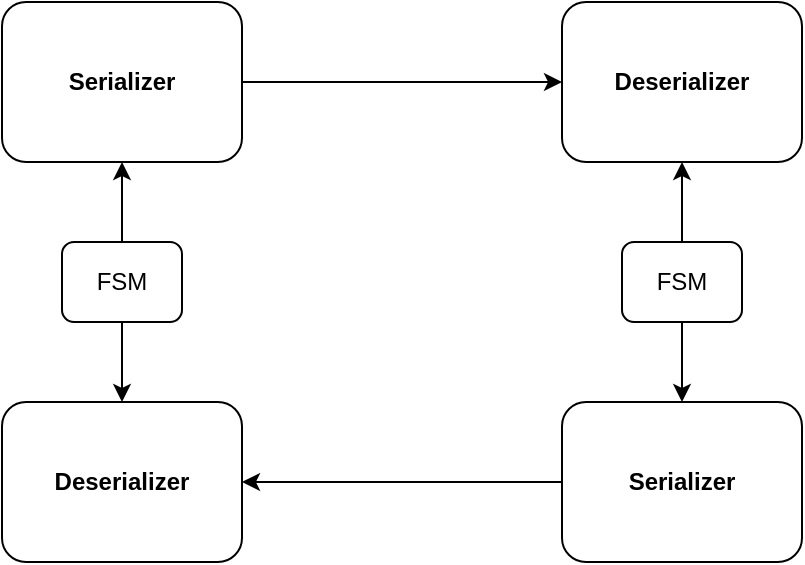
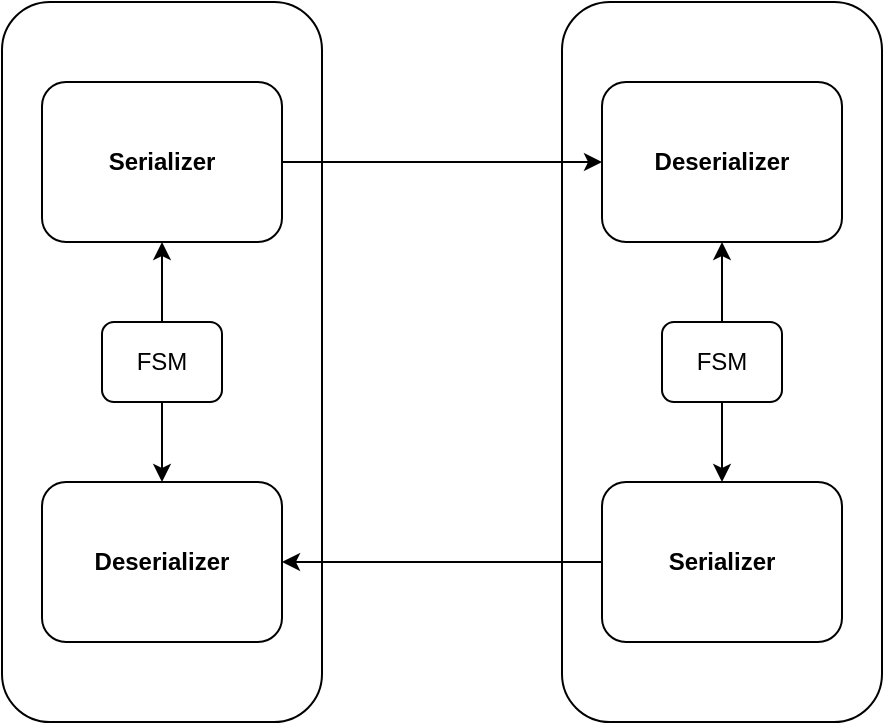
<mxfile host="app.diagrams.net">
  <diagram name="Page-1" id="W4ALeMc_fcv-iuW4_5jM">
-     <mxGraphModel dx="637" dy="921" grid="1" gridSize="10" guides="1" tooltips="1" connect="1" arrows="1" fold="1" page="1" pageScale="1" pageWidth="850" pageHeight="1100" math="0" shadow="0">
+     <mxGraphModel dx="527" dy="762" grid="1" gridSize="10" guides="1" tooltips="1" connect="1" arrows="1" fold="1" page="1" pageScale="1" pageWidth="850" pageHeight="1100" math="0" shadow="0">
      <root>
        <mxCell id="0" />
        <mxCell id="1" parent="0" />
+         <mxCell id="13rOEOkUA4Yrk083lLE4-12" parent="1" style="rounded=1;whiteSpace=wrap;html=1;" value="" vertex="1">
+           <mxGeometry height="360" width="160" x="460" y="160" as="geometry" />
+         </mxCell>
+         <mxCell id="13rOEOkUA4Yrk083lLE4-11" parent="1" style="rounded=1;whiteSpace=wrap;html=1;" value="" vertex="1">
+           <mxGeometry height="360" width="160" x="180" y="160" as="geometry" />
+         </mxCell>
        <mxCell id="13rOEOkUA4Yrk083lLE4-9" edge="1" parent="1" source="D67Tu_U39foHL8RCta2M-1" style="edgeStyle=orthogonalEdgeStyle;rounded=0;orthogonalLoop=1;jettySize=auto;html=1;exitX=1;exitY=0.5;exitDx=0;exitDy=0;entryX=0;entryY=0.5;entryDx=0;entryDy=0;" target="13rOEOkUA4Yrk083lLE4-4">
          <mxGeometry relative="1" as="geometry" />
        </mxCell>
        <mxCell id="D67Tu_U39foHL8RCta2M-1" parent="1" style="rounded=1;whiteSpace=wrap;html=1;fontStyle=1" value="Serializer" vertex="1">
          <mxGeometry height="80" width="120" x="200" y="200" as="geometry" />
        </mxCell>
        <mxCell id="D67Tu_U39foHL8RCta2M-2" parent="1" style="rounded=1;whiteSpace=wrap;html=1;fontStyle=1" value="Deserializer" vertex="1">
          <mxGeometry height="80" width="120" x="200" y="400" as="geometry" />
        </mxCell>
        <mxCell id="13rOEOkUA4Yrk083lLE4-2" edge="1" parent="1" source="13rOEOkUA4Yrk083lLE4-1" style="edgeStyle=orthogonalEdgeStyle;rounded=0;orthogonalLoop=1;jettySize=auto;html=1;entryX=0.5;entryY=1;entryDx=0;entryDy=0;" target="D67Tu_U39foHL8RCta2M-1">
          <mxGeometry relative="1" as="geometry" />
        </mxCell>
        <mxCell id="13rOEOkUA4Yrk083lLE4-3" edge="1" parent="1" source="13rOEOkUA4Yrk083lLE4-1" style="edgeStyle=orthogonalEdgeStyle;rounded=0;orthogonalLoop=1;jettySize=auto;html=1;entryX=0.5;entryY=0;entryDx=0;entryDy=0;" target="D67Tu_U39foHL8RCta2M-2">
          <mxGeometry relative="1" as="geometry" />
        </mxCell>
        <mxCell id="13rOEOkUA4Yrk083lLE4-1" parent="1" style="rounded=1;whiteSpace=wrap;html=1;" value="FSM" vertex="1">
          <mxGeometry height="40" width="60" x="230" y="320" as="geometry" />
        </mxCell>
        <mxCell id="13rOEOkUA4Yrk083lLE4-4" parent="1" style="rounded=1;whiteSpace=wrap;html=1;fontStyle=1" value="Deserializer" vertex="1">
          <mxGeometry height="80" width="120" x="480" y="200" as="geometry" />
        </mxCell>
        <mxCell id="13rOEOkUA4Yrk083lLE4-10" edge="1" parent="1" source="13rOEOkUA4Yrk083lLE4-5" style="edgeStyle=orthogonalEdgeStyle;rounded=0;orthogonalLoop=1;jettySize=auto;html=1;entryX=1;entryY=0.5;entryDx=0;entryDy=0;" target="D67Tu_U39foHL8RCta2M-2">
          <mxGeometry relative="1" as="geometry" />
        </mxCell>
        <mxCell id="13rOEOkUA4Yrk083lLE4-5" parent="1" style="rounded=1;whiteSpace=wrap;html=1;fontStyle=1" value="Serializer" vertex="1">
          <mxGeometry height="80" width="120" x="480" y="400" as="geometry" />
        </mxCell>
        <mxCell id="13rOEOkUA4Yrk083lLE4-6" edge="1" parent="1" source="13rOEOkUA4Yrk083lLE4-8" style="edgeStyle=orthogonalEdgeStyle;rounded=0;orthogonalLoop=1;jettySize=auto;html=1;entryX=0.5;entryY=1;entryDx=0;entryDy=0;" target="13rOEOkUA4Yrk083lLE4-4">
          <mxGeometry relative="1" as="geometry" />
        </mxCell>
        <mxCell id="13rOEOkUA4Yrk083lLE4-7" edge="1" parent="1" source="13rOEOkUA4Yrk083lLE4-8" style="edgeStyle=orthogonalEdgeStyle;rounded=0;orthogonalLoop=1;jettySize=auto;html=1;entryX=0.5;entryY=0;entryDx=0;entryDy=0;" target="13rOEOkUA4Yrk083lLE4-5">
          <mxGeometry relative="1" as="geometry" />
        </mxCell>
        <mxCell id="13rOEOkUA4Yrk083lLE4-8" parent="1" style="rounded=1;whiteSpace=wrap;html=1;" value="FSM" vertex="1">
          <mxGeometry height="40" width="60" x="510" y="320" as="geometry" />
        </mxCell>
      </root>
    </mxGraphModel>
  </diagram>
</mxfile>
